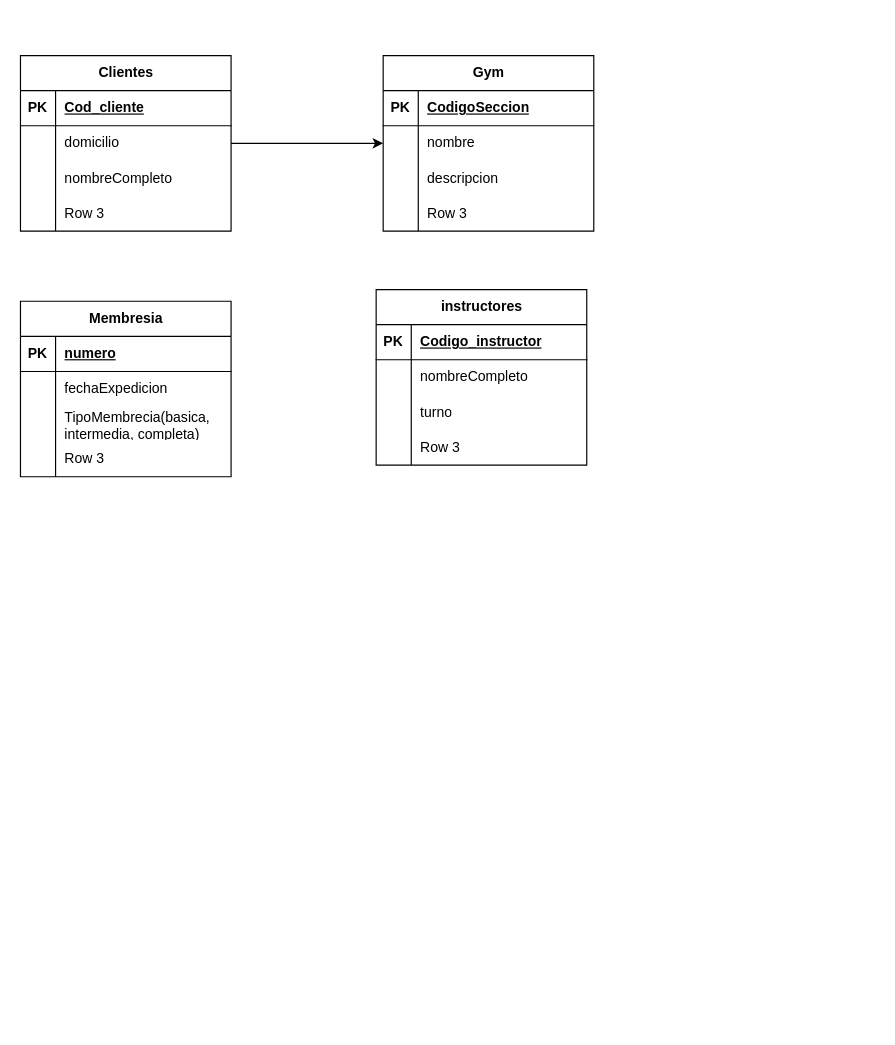
This is a23.drawio from alensgamer/CURSO-GIT, a draw.io file, before an edit. Source tidied: cells renumbered, new cells numbered last; positions are measured from the earlier drawing's top-left corner, leaving out a move shared by most shapes. Both pictures are drawn from the tidied source at 117%, with x=0, y=0 at pixel (20, 55).
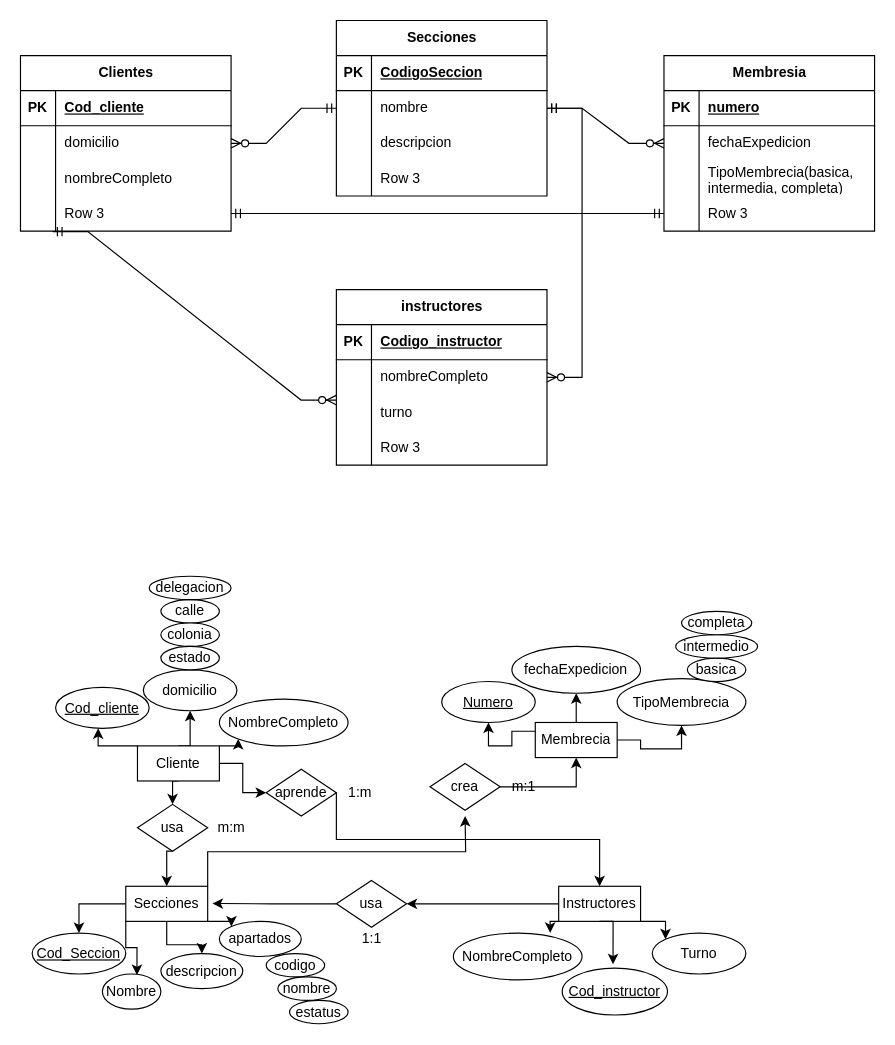
After the change.

Unchanged cells that the change refers to:
```xml
<mxCell id="2" value="Clientes" style="shape=table;startSize=30;childLayout=tableLayout;rowLines=0;fontStyle=1;align=center;html=1;" parent="1" vertex="1">
  <mxGeometry width="180" height="150" as="geometry" />
</mxCell>
<mxCell id="6" style="shape=tableRow;horizontal=0;startSize=0;swimlaneHead=0;swimlaneBody=0;fillColor=none;points=[[0,0.5],[1,0.5]];portConstraint=eastwest;top=0;left=0;right=0;bottom=0;" parent="2" vertex="1">
  <mxGeometry y="60" width="180" height="30" as="geometry" />
</mxCell>
<mxCell id="12" style="shape=tableRow;horizontal=0;startSize=0;swimlaneHead=0;swimlaneBody=0;fillColor=none;points=[[0,0.5],[1,0.5]];portConstraint=eastwest;top=0;left=0;right=0;bottom=0;" parent="2" vertex="1">
  <mxGeometry y="120" width="180" height="30" as="geometry" />
</mxCell>
<mxCell id="25" style="shape=tableRow;horizontal=0;startSize=0;swimlaneHead=0;swimlaneBody=0;fillColor=none;points=[[0,0.5],[1,0.5]];portConstraint=eastwest;top=0;left=0;right=0;bottom=0;" parent="15" vertex="1">
  <mxGeometry y="120" width="180" height="30" as="geometry" />
</mxCell>
<mxCell id="32" style="shape=tableRow;horizontal=0;startSize=0;swimlaneHead=0;swimlaneBody=0;fillColor=none;points=[[0,0.5],[1,0.5]];portConstraint=eastwest;top=0;left=0;right=0;bottom=0;" parent="28" vertex="1">
  <mxGeometry y="60" width="180" height="30" as="geometry" />
</mxCell>
<mxCell id="45" style="shape=tableRow;horizontal=0;startSize=0;swimlaneHead=0;swimlaneBody=0;fillColor=none;points=[[0,0.5],[1,0.5]];portConstraint=eastwest;top=0;left=0;right=0;bottom=0;" parent="41" vertex="1">
  <mxGeometry y="60" width="180" height="30" as="geometry" />
</mxCell>
```

What changed in the source:
```diff
@@
     <mxCell id="15" value="Membresia" style="shape=table;startSize=30;childLayout=tableLayout;rowLines=0;fontStyle=1;align=center;html=1;" parent="1" vertex="1">
-      <mxGeometry y="210" width="180" height="150" as="geometry" />
+      <mxGeometry x="550" width="180" height="150" as="geometry" />
     </mxCell>
@@
-    <mxCell id="28" value="Gym" style="shape=table;startSize=30;childLayout=tableLayout;rowLines=0;fontStyle=1;align=center;html=1;" parent="1" vertex="1">
-      <mxGeometry x="310" width="180" height="150" as="geometry" />
+    <mxCell id="28" value="Secciones" style="shape=table;startSize=30;childLayout=tableLayout;rowLines=0;fontStyle=1;align=center;html=1;" parent="1" vertex="1">
+      <mxGeometry x="270" y="-30" width="180" height="150" as="geometry" />
     </mxCell>
@@
     <mxCell id="41" value="instructores" style="shape=table;startSize=30;childLayout=tableLayout;rowLines=0;fontStyle=1;align=center;html=1;" parent="1" vertex="1">
-      <mxGeometry x="304" y="200" width="180" height="150" as="geometry" />
+      <mxGeometry x="270" y="200" width="180" height="150" as="geometry" />
     </mxCell>
@@
-    <mxCell id="54" style="edgeStyle=orthogonalEdgeStyle;rounded=0;jettySize=auto;html=1;exitX=1;exitY=0.5;exitDx=0;exitDy=0;entryX=0;entryY=0.5;entryDx=0;entryDy=0;" parent="1" edge="1" source="6" target="32">
-      <mxGeometry relative="1" as="geometry" />
-    </mxCell>
+    <mxCell id="55" style="edgeStyle=entityRelationEdgeStyle;fontSize=12;html=1;endArrow=ERzeroToMany;startArrow=ERmandOne;rounded=0;" parent="1" edge="1" source="28" target="2">
+      <mxGeometry relative="1" as="geometry" />
+    </mxCell>
+    <mxCell id="56" style="edgeStyle=entityRelationEdgeStyle;fontSize=12;html=1;endArrow=ERzeroToMany;startArrow=ERmandOne;rounded=0;" parent="1" edge="1" source="28" target="15">
+      <mxGeometry relative="1" as="geometry">
+        <Array as="points">
+          <mxPoint x="490" y="170" />
+          <mxPoint x="660" y="210" />
+          <mxPoint x="450" y="160" />
+        </Array>
+      </mxGeometry>
+    </mxCell>
+    <mxCell id="57" style="edgeStyle=entityRelationEdgeStyle;fontSize=12;html=1;endArrow=ERzeroToMany;startArrow=ERmandOne;rounded=0;" parent="1" edge="1" source="28" target="41">
+      <mxGeometry relative="1" as="geometry" />
+    </mxCell>
+    <mxCell id="58" style="edgeStyle=entityRelationEdgeStyle;fontSize=12;html=1;endArrow=ERmandOne;startArrow=ERmandOne;rounded=0;entryX=1;entryY=0.5;entryDx=0;entryDy=0;" parent="1" edge="1" source="25" target="12">
+      <mxGeometry relative="1" as="geometry">
+        <Array as="points">
+          <mxPoint x="780.6" y="450" />
+          <mxPoint x="210.6" y="500" />
+          <mxPoint x="770.6" y="360" />
+          <mxPoint x="770.6" y="360" />
+          <mxPoint x="40" y="415" />
+          <mxPoint x="-40" y="435" />
+          <mxPoint x="670.6" y="500" />
+          <mxPoint x="480.6" y="220" />
+          <mxPoint x="50.6" y="200" />
+          <mxPoint x="230.6" y="220" />
+          <mxPoint x="680.6" y="510" />
+        </Array>
+      </mxGeometry>
+    </mxCell>
+    <mxCell id="59" style="edgeStyle=entityRelationEdgeStyle;fontSize=12;html=1;endArrow=ERzeroToMany;startArrow=ERmandOne;rounded=0;entryX=-0.001;entryY=1.148;entryDx=0;entryDy=0;entryPerimeter=0;exitX=0.153;exitY=1.014;exitDx=0;exitDy=0;exitPerimeter=0;" parent="1" edge="1" source="12" target="45">
+      <mxGeometry relative="1" as="geometry">
+        <Array as="points">
+          <mxPoint x="110" y="220" />
+          <mxPoint x="-4" y="170" />
+          <mxPoint x="90" y="180" />
+        </Array>
+      </mxGeometry>
+    </mxCell>
+    <mxCell id="60" style="edgeStyle=orthogonalEdgeStyle;rounded=0;jettySize=auto;html=1;exitX=1;exitY=0;exitDx=0;exitDy=0;entryX=0;entryY=1;entryDx=0;entryDy=0;" parent="1" edge="1" source="64" target="67">
+      <mxGeometry relative="1" as="geometry" />
+    </mxCell>
+    <mxCell id="61" style="edgeStyle=orthogonalEdgeStyle;rounded=0;jettySize=auto;html=1;exitX=0.5;exitY=0;exitDx=0;exitDy=0;entryX=0.5;entryY=1;entryDx=0;entryDy=0;" parent="1" edge="1" source="64" target="66">
+      <mxGeometry relative="1" as="geometry" />
+    </mxCell>
+    <mxCell id="62" style="edgeStyle=orthogonalEdgeStyle;rounded=0;jettySize=auto;html=1;exitX=0.5;exitY=1;exitDx=0;exitDy=0;entryX=0.5;entryY=0;entryDx=0;entryDy=0;" parent="1" edge="1" source="64" target="101">
+      <mxGeometry relative="1" as="geometry" />
+    </mxCell>
+    <mxCell id="63" style="edgeStyle=orthogonalEdgeStyle;rounded=0;jettySize=auto;html=1;exitX=1;exitY=0.5;exitDx=0;exitDy=0;entryX=0;entryY=0.5;entryDx=0;entryDy=0;" parent="1" edge="1" source="64" target="109">
+      <mxGeometry relative="1" as="geometry" />
+    </mxCell>
+    <mxCell id="64" value="Cliente" style="rounded=0;whiteSpace=wrap;html=1;" parent="1" vertex="1">
+      <mxGeometry x="100" y="590" width="70" height="30" as="geometry" />
+    </mxCell>
+    <mxCell id="65" value="&lt;u&gt;Cod_cliente&lt;/u&gt;" style="ellipse;whiteSpace=wrap;html=1;" parent="1" vertex="1">
+      <mxGeometry x="30" y="540" width="80" height="35" as="geometry" />
+    </mxCell>
+    <mxCell id="66" value="domicilio" style="ellipse;whiteSpace=wrap;html=1;" parent="1" vertex="1">
+      <mxGeometry x="105" y="525" width="80" height="35" as="geometry" />
+    </mxCell>
+    <mxCell id="67" value="NombreCompleto" style="ellipse;whiteSpace=wrap;html=1;" parent="1" vertex="1">
+      <mxGeometry x="170" y="550" width="110" height="40" as="geometry" />
+    </mxCell>
+    <mxCell id="68" value="calle&lt;br&gt;" style="ellipse;whiteSpace=wrap;html=1;" parent="1" vertex="1">
+      <mxGeometry x="120" y="465" width="50" height="20" as="geometry" />
+    </mxCell>
+    <mxCell id="69" value="colonia" style="ellipse;whiteSpace=wrap;html=1;" parent="1" vertex="1">
+      <mxGeometry x="120" y="485" width="50" height="20" as="geometry" />
+    </mxCell>
+    <mxCell id="70" value="delegacion" style="ellipse;whiteSpace=wrap;html=1;" parent="1" vertex="1">
+      <mxGeometry x="110" y="445" width="70" height="20" as="geometry" />
+    </mxCell>
+    <mxCell id="71" value="estado" style="ellipse;whiteSpace=wrap;html=1;" parent="1" vertex="1">
+      <mxGeometry x="120" y="505" width="50" height="20" as="geometry" />
+    </mxCell>
+    <mxCell id="72" style="edgeStyle=orthogonalEdgeStyle;rounded=0;jettySize=auto;html=1;exitX=0;exitY=0.25;exitDx=0;exitDy=0;entryX=0.5;entryY=1;entryDx=0;entryDy=0;" parent="1" edge="1" source="75" target="76">
+      <mxGeometry relative="1" as="geometry" />
+    </mxCell>
+    <mxCell id="73" style="edgeStyle=orthogonalEdgeStyle;rounded=0;jettySize=auto;html=1;exitX=0.5;exitY=0;exitDx=0;exitDy=0;entryX=0.5;entryY=1;entryDx=0;entryDy=0;" parent="1" edge="1" source="75" target="77">
+      <mxGeometry relative="1" as="geometry" />
+    </mxCell>
+    <mxCell id="74" style="edgeStyle=orthogonalEdgeStyle;rounded=0;jettySize=auto;html=1;exitX=1;exitY=0.5;exitDx=0;exitDy=0;entryX=0.5;entryY=1;entryDx=0;entryDy=0;" parent="1" edge="1" source="75" target="78">
+      <mxGeometry relative="1" as="geometry" />
+    </mxCell>
+    <mxCell id="75" value="Membrecia" style="rounded=0;whiteSpace=wrap;html=1;" parent="1" vertex="1">
+      <mxGeometry x="440" y="570" width="70" height="30" as="geometry" />
+    </mxCell>
+    <mxCell id="76" value="&lt;u&gt;Numero&lt;/u&gt;" style="ellipse;whiteSpace=wrap;html=1;" parent="1" vertex="1">
+      <mxGeometry x="360" y="535" width="80" height="35" as="geometry" />
+    </mxCell>
+    <mxCell id="77" value="fechaExpedicion" style="ellipse;whiteSpace=wrap;html=1;" parent="1" vertex="1">
+      <mxGeometry x="420" y="505" width="110" height="40" as="geometry" />
+    </mxCell>
+    <mxCell id="78" value="TipoMembrecia" style="ellipse;whiteSpace=wrap;html=1;" parent="1" vertex="1">
+      <mxGeometry x="510" y="532.5" width="110" height="40" as="geometry" />
+    </mxCell>
+    <mxCell id="79" value="basica" style="ellipse;whiteSpace=wrap;html=1;" parent="1" vertex="1">
+      <mxGeometry x="570" y="515" width="50" height="20" as="geometry" />
+    </mxCell>
+    <mxCell id="80" value="intermedio" style="ellipse;whiteSpace=wrap;html=1;" parent="1" vertex="1">
+      <mxGeometry x="560" y="495" width="70" height="20" as="geometry" />
+    </mxCell>
+    <mxCell id="81" value="completa" style="ellipse;whiteSpace=wrap;html=1;" parent="1" vertex="1">
+      <mxGeometry x="565" y="475" width="60" height="20" as="geometry" />
+    </mxCell>
+    <mxCell id="82" style="edgeStyle=orthogonalEdgeStyle;rounded=0;jettySize=auto;html=1;exitX=1;exitY=0;exitDx=0;exitDy=0;" parent="1" edge="1" source="86">
+      <mxGeometry relative="1" as="geometry">
+        <mxPoint x="380" y="650" as="targetPoint" />
+      </mxGeometry>
+    </mxCell>
+    <mxCell id="83" style="edgeStyle=orthogonalEdgeStyle;rounded=0;jettySize=auto;html=1;exitX=0;exitY=0.5;exitDx=0;exitDy=0;entryX=0.5;entryY=0;entryDx=0;entryDy=0;" parent="1" edge="1" source="86" target="87">
+      <mxGeometry relative="1" as="geometry" />
+    </mxCell>
+    <mxCell id="84" style="edgeStyle=orthogonalEdgeStyle;rounded=0;jettySize=auto;html=1;exitX=0.5;exitY=1;exitDx=0;exitDy=0;entryX=0.5;entryY=0;entryDx=0;entryDy=0;" parent="1" edge="1" source="86" target="89">
+      <mxGeometry relative="1" as="geometry" />
+    </mxCell>
+    <mxCell id="85" style="edgeStyle=orthogonalEdgeStyle;rounded=0;jettySize=auto;html=1;exitX=1;exitY=1;exitDx=0;exitDy=0;entryX=0;entryY=0;entryDx=0;entryDy=0;" parent="1" edge="1" source="86" target="90">
+      <mxGeometry relative="1" as="geometry" />
+    </mxCell>
+    <mxCell id="86" value="Secciones" style="rounded=0;whiteSpace=wrap;html=1;" parent="1" vertex="1">
+      <mxGeometry x="90" y="710" width="70" height="30" as="geometry" />
+    </mxCell>
+    <mxCell id="87" value="&lt;u&gt;Cod_Seccion&lt;/u&gt;" style="ellipse;whiteSpace=wrap;html=1;" parent="1" vertex="1">
+      <mxGeometry x="10" y="750" width="80" height="35" as="geometry" />
+    </mxCell>
+    <mxCell id="88" value="Nombre" style="ellipse;whiteSpace=wrap;html=1;" parent="1" vertex="1">
+      <mxGeometry x="70" y="785" width="50" height="30" as="geometry" />
+    </mxCell>
+    <mxCell id="89" value="descripcion" style="ellipse;whiteSpace=wrap;html=1;" parent="1" vertex="1">
+      <mxGeometry x="120" y="767.5" width="70" height="30" as="geometry" />
+    </mxCell>
+    <mxCell id="90" value="apartados" style="ellipse;whiteSpace=wrap;html=1;" parent="1" vertex="1">
+      <mxGeometry x="170" y="740" width="70" height="30" as="geometry" />
+    </mxCell>
+    <mxCell id="91" value="codigo" style="ellipse;whiteSpace=wrap;html=1;" parent="1" vertex="1">
+      <mxGeometry x="210" y="767.5" width="50" height="20" as="geometry" />
+    </mxCell>
+    <mxCell id="92" value="nombre" style="ellipse;whiteSpace=wrap;html=1;" parent="1" vertex="1">
+      <mxGeometry x="220" y="787.5" width="50" height="20" as="geometry" />
+    </mxCell>
+    <mxCell id="93" value="estatus" style="ellipse;whiteSpace=wrap;html=1;" parent="1" vertex="1">
+      <mxGeometry x="230" y="807.5" width="50" height="20" as="geometry" />
+    </mxCell>
+    <mxCell id="94" style="edgeStyle=orthogonalEdgeStyle;rounded=0;jettySize=auto;html=1;exitX=0;exitY=0.5;exitDx=0;exitDy=0;entryX=1;entryY=0.5;entryDx=0;entryDy=0;" parent="1" edge="1" source="96" target="103">
+      <mxGeometry relative="1" as="geometry" />
+    </mxCell>
+    <mxCell id="95" style="edgeStyle=orthogonalEdgeStyle;rounded=0;jettySize=auto;html=1;exitX=1;exitY=1;exitDx=0;exitDy=0;entryX=0;entryY=0;entryDx=0;entryDy=0;" parent="1" edge="1" source="96" target="99">
+      <mxGeometry relative="1" as="geometry" />
+    </mxCell>
+    <mxCell id="96" value="Instructores" style="rounded=0;whiteSpace=wrap;html=1;" parent="1" vertex="1">
+      <mxGeometry x="460" y="710" width="70" height="30" as="geometry" />
+    </mxCell>
+    <mxCell id="97" value="NombreCompleto" style="ellipse;whiteSpace=wrap;html=1;" parent="1" vertex="1">
+      <mxGeometry x="370" y="750" width="110" height="40" as="geometry" />
+    </mxCell>
+    <mxCell id="98" value="&lt;u&gt;Cod_instructor&lt;/u&gt;" style="ellipse;whiteSpace=wrap;html=1;" parent="1" vertex="1">
+      <mxGeometry x="463" y="780" width="90" height="40" as="geometry" />
+    </mxCell>
+    <mxCell id="99" value="Turno" style="ellipse;whiteSpace=wrap;html=1;" parent="1" vertex="1">
+      <mxGeometry x="540" y="750" width="80" height="35" as="geometry" />
+    </mxCell>
+    <mxCell id="100" style="edgeStyle=orthogonalEdgeStyle;rounded=0;jettySize=auto;html=1;exitX=0.5;exitY=1;exitDx=0;exitDy=0;entryX=0.5;entryY=0;entryDx=0;entryDy=0;" parent="1" edge="1" source="101" target="86">
+      <mxGeometry relative="1" as="geometry" />
+    </mxCell>
+    <mxCell id="101" value="usa" style="rhombus;whiteSpace=wrap;html=1;" parent="1" vertex="1">
+      <mxGeometry x="100" y="640" width="60" height="40" as="geometry" />
+    </mxCell>
+    <mxCell id="102" value="m:m" style="text;html=1;align=center;verticalAlign=middle;strokeColor=none;fillColor=none;" parent="1" vertex="1">
+      <mxGeometry x="155" y="645" width="50" height="30" as="geometry" />
+    </mxCell>
+    <mxCell id="103" value="usa" style="rhombus;whiteSpace=wrap;html=1;" parent="1" vertex="1">
+      <mxGeometry x="270" y="705" width="60" height="40" as="geometry" />
+    </mxCell>
+    <mxCell id="104" value="1:1" style="text;html=1;align=center;verticalAlign=middle;strokeColor=none;fillColor=none;" parent="1" vertex="1">
+      <mxGeometry x="280" y="740" width="40" height="30" as="geometry" />
+    </mxCell>
+    <mxCell id="105" style="edgeStyle=orthogonalEdgeStyle;rounded=0;jettySize=auto;html=1;exitX=1;exitY=0.5;exitDx=0;exitDy=0;entryX=0.5;entryY=1;entryDx=0;entryDy=0;" parent="1" edge="1" source="106" target="75">
+      <mxGeometry relative="1" as="geometry" />
+    </mxCell>
+    <mxCell id="106" value="crea" style="rhombus;whiteSpace=wrap;html=1;" parent="1" vertex="1">
+      <mxGeometry x="350" y="605" width="60" height="40" as="geometry" />
+    </mxCell>
+    <mxCell id="107" value="m:1" style="text;html=1;align=center;verticalAlign=middle;strokeColor=none;fillColor=none;" parent="1" vertex="1">
+      <mxGeometry x="410" y="610" width="40" height="30" as="geometry" />
+    </mxCell>
+    <mxCell id="108" style="edgeStyle=orthogonalEdgeStyle;rounded=0;jettySize=auto;html=1;exitX=1;exitY=0.5;exitDx=0;exitDy=0;entryX=0.5;entryY=0;entryDx=0;entryDy=0;" parent="1" edge="1" source="109" target="96">
+      <mxGeometry relative="1" as="geometry">
+        <Array as="points">
+          <mxPoint x="270" y="670" />
+          <mxPoint x="495" y="670" />
+        </Array>
+      </mxGeometry>
+    </mxCell>
+    <mxCell id="109" value="aprende" style="rhombus;whiteSpace=wrap;html=1;" parent="1" vertex="1">
+      <mxGeometry x="210" y="610" width="60" height="40" as="geometry" />
+    </mxCell>
+    <mxCell id="110" value="1:m" style="text;html=1;align=center;verticalAlign=middle;strokeColor=none;fillColor=none;" parent="1" vertex="1">
+      <mxGeometry x="270" y="615" width="40" height="30" as="geometry" />
+    </mxCell>
+    <mxCell id="111" style="edgeStyle=orthogonalEdgeStyle;rounded=0;jettySize=auto;html=1;exitX=0;exitY=0;exitDx=0;exitDy=0;entryX=0.455;entryY=1;entryDx=0;entryDy=0;entryPerimeter=0;" parent="1" edge="1" source="64" target="65">
+      <mxGeometry relative="1" as="geometry" />
+    </mxCell>
+    <mxCell id="112" style="edgeStyle=orthogonalEdgeStyle;rounded=0;jettySize=auto;html=1;exitX=0;exitY=0.5;exitDx=0;exitDy=0;entryX=1.059;entryY=0.49;entryDx=0;entryDy=0;entryPerimeter=0;" parent="1" edge="1" source="103" target="86">
+      <mxGeometry relative="1" as="geometry" />
+    </mxCell>
+    <mxCell id="113" style="edgeStyle=orthogonalEdgeStyle;rounded=0;jettySize=auto;html=1;exitX=0;exitY=1;exitDx=0;exitDy=0;entryX=0.752;entryY=-0.004;entryDx=0;entryDy=0;entryPerimeter=0;" parent="1" edge="1" source="96" target="97">
+      <mxGeometry relative="1" as="geometry" />
+    </mxCell>
+    <mxCell id="114" style="edgeStyle=orthogonalEdgeStyle;rounded=0;jettySize=auto;html=1;exitX=0.5;exitY=1;exitDx=0;exitDy=0;entryX=0.483;entryY=-0.082;entryDx=0;entryDy=0;entryPerimeter=0;" parent="1" edge="1" source="96" target="98">
+      <mxGeometry relative="1" as="geometry" />
+    </mxCell>
+    <mxCell id="115" style="edgeStyle=orthogonalEdgeStyle;rounded=0;jettySize=auto;html=1;exitX=0;exitY=1;exitDx=0;exitDy=0;entryX=0.591;entryY=0.029;entryDx=0;entryDy=0;entryPerimeter=0;" parent="1" edge="1" source="86" target="88">
+      <mxGeometry relative="1" as="geometry" />
+    </mxCell>
```
